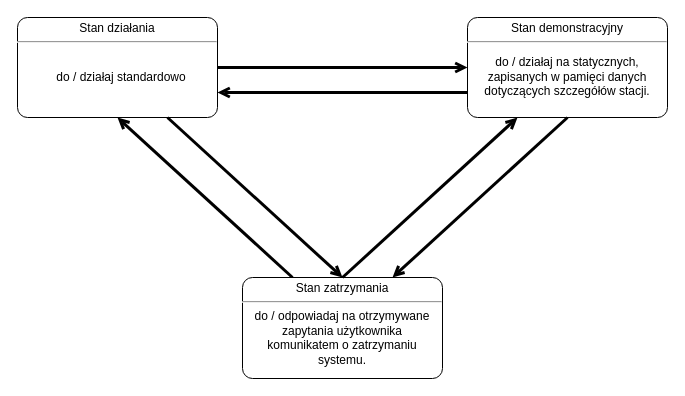
Freeturilo/FreeturiloDocumentation keeps this draw.io diagram as page "Page-1" (1 of 4) of diagramy/diagramstanowsystem.drawio. Above is the earlier version. Source tidied: cells renumbered, new cells numbered last; positions are measured from the earlier drawing's top-left corner, leaving out a move shared by most shapes. Both pictures are drawn from the tidied source at 100%, with x=0, y=0 at pixel (17, 17).
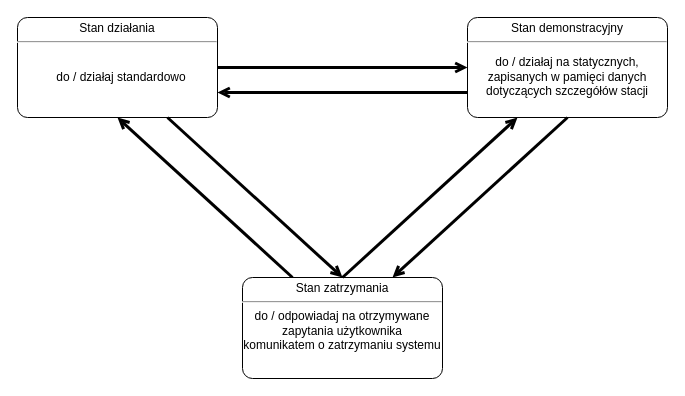
After the change.

Change to the diagram source:
```diff
@@
 <mxGraphModel>
   <root>
     <mxCell id="0" />
     <mxCell id="1" parent="0" />
     <mxCell id="2" style="rounded=1;jettySize=auto;html=1;endArrow=open;endFill=0;strokeWidth=3;fontSize=12;entryX=0;entryY=0.5;entryDx=0;entryDy=0;entryPerimeter=0;exitX=1;exitY=0.5;exitDx=0;exitDy=0;exitPerimeter=0;" parent="1" edge="1" source="3" target="4">
       <mxGeometry relative="1" as="geometry" />
     </mxCell>
     <mxCell id="3" value="&lt;p style=&quot;margin: 0px ; margin-top: 4px ; text-align: center&quot;&gt;Stan działania&lt;br&gt;&lt;/p&gt;&lt;hr&gt;&lt;p&gt;&lt;/p&gt;&lt;p style=&quot;margin: 0px ; margin-left: 8px ; text-align: left&quot;&gt;&lt;br&gt;&lt;/p&gt;&lt;p style=&quot;margin: 0px 0px 0px 8px&quot; align=&quot;center&quot;&gt;do / działaj standardowo&lt;br&gt;&lt;/p&gt;" style="shape=mxgraph.sysml.simpleState;html=1;overflow=fill;whiteSpace=wrap;align=center;" parent="1" vertex="1">
       <mxGeometry width="200" height="100" as="geometry" />
     </mxCell>
-    <mxCell id="4" value="&lt;p style=&quot;margin: 0px ; margin-top: 4px ; text-align: center&quot;&gt;Stan demonstracyjny&lt;br&gt;&lt;/p&gt;&lt;hr&gt;&lt;p&gt;&lt;/p&gt;&lt;div align=&quot;center&quot;&gt;do / działaj na statycznych, zapisanych w pamięci danych dotyczących szczegółów stacji.&lt;/div&gt;" style="shape=mxgraph.sysml.simpleState;html=1;overflow=fill;whiteSpace=wrap;align=center;" parent="1" vertex="1">
+    <mxCell id="4" value="&lt;p style=&quot;margin: 0px ; margin-top: 4px ; text-align: center&quot;&gt;Stan demonstracyjny&lt;br&gt;&lt;/p&gt;&lt;hr&gt;&lt;p&gt;&lt;/p&gt;&lt;div align=&quot;center&quot;&gt;do / działaj na statycznych, zapisanych w pamięci danych dotyczących szczegółów stacji&lt;/div&gt;" style="shape=mxgraph.sysml.simpleState;html=1;overflow=fill;whiteSpace=wrap;align=center;" parent="1" vertex="1">
       <mxGeometry x="450" width="200" height="100" as="geometry" />
     </mxCell>
     <mxCell id="5" style="rounded=1;jettySize=auto;html=1;endArrow=open;endFill=0;strokeWidth=3;fontSize=12;exitX=0.25;exitY=0;exitDx=0;exitDy=0;exitPerimeter=0;entryX=0.5;entryY=1;entryDx=0;entryDy=0;entryPerimeter=0;" parent="1" edge="1" source="6" target="3">
       <mxGeometry x="0.13" y="24" relative="1" as="geometry">
         <mxPoint x="-1" as="offset" />
       </mxGeometry>
     </mxCell>
-    <mxCell id="6" value="&lt;p style=&quot;margin: 0px ; margin-top: 4px ; text-align: center&quot;&gt;Stan zatrzymania&lt;/p&gt;&lt;hr&gt;do / odpowiadaj na otrzymywane zapytania użytkownika&lt;div&gt;komunikatem o zatrzymaniu systemu.&lt;/div&gt;" style="shape=mxgraph.sysml.simpleState;html=1;overflow=fill;whiteSpace=wrap;align=center;" parent="1" vertex="1">
+    <mxCell id="6" value="&lt;p style=&quot;margin: 0px ; margin-top: 4px ; text-align: center&quot;&gt;Stan zatrzymania&lt;/p&gt;&lt;hr&gt;do / odpowiadaj na otrzymywane zapytania użytkownika&lt;div&gt;komunikatem o zatrzymaniu systemu&lt;/div&gt;" style="shape=mxgraph.sysml.simpleState;html=1;overflow=fill;whiteSpace=wrap;align=center;" parent="1" vertex="1">
       <mxGeometry x="225" y="260" width="200" height="101" as="geometry" />
     </mxCell>
     <mxCell id="7" style="rounded=1;jettySize=auto;html=1;endArrow=open;endFill=0;strokeWidth=3;fontSize=12;entryX=0.75;entryY=0;entryDx=0;entryDy=0;entryPerimeter=0;exitX=0.5;exitY=1;exitDx=0;exitDy=0;exitPerimeter=0;" parent="1" edge="1" source="4" target="6">
       <mxGeometry x="-0.14" y="26" relative="1" as="geometry" />
     </mxCell>
     <mxCell id="8" style="rounded=1;jettySize=auto;html=1;endArrow=open;endFill=0;strokeWidth=3;fontSize=12;entryX=0.25;entryY=1;entryDx=0;entryDy=0;entryPerimeter=0;exitX=0.5;exitY=0;exitDx=0;exitDy=0;exitPerimeter=0;horizontal=1;" parent="1" edge="1" source="6" target="4">
       <mxGeometry x="0.16" y="24" relative="1" as="geometry">
         <mxPoint x="-1" as="offset" />
       </mxGeometry>
     </mxCell>
     <mxCell id="9" style="rounded=1;jettySize=auto;html=1;endArrow=open;endFill=0;strokeWidth=3;fontSize=12;entryX=1;entryY=0.75;entryDx=0;entryDy=0;entryPerimeter=0;exitX=0;exitY=0.75;exitDx=0;exitDy=0;exitPerimeter=0;" parent="1" edge="1" source="4" target="3">
       <mxGeometry relative="1" as="geometry" />
     </mxCell>
     <mxCell id="10" style="rounded=1;jettySize=auto;html=1;endArrow=open;endFill=0;strokeWidth=3;fontSize=12;entryX=0.5;entryY=0;entryDx=0;entryDy=0;entryPerimeter=0;exitX=0.75;exitY=1;exitDx=0;exitDy=0;exitPerimeter=0;" parent="1" edge="1" source="3" target="6">
       <mxGeometry x="-0.27" y="27" relative="1" as="geometry" />
     </mxCell>
   </root>
 </mxGraphModel>
```
